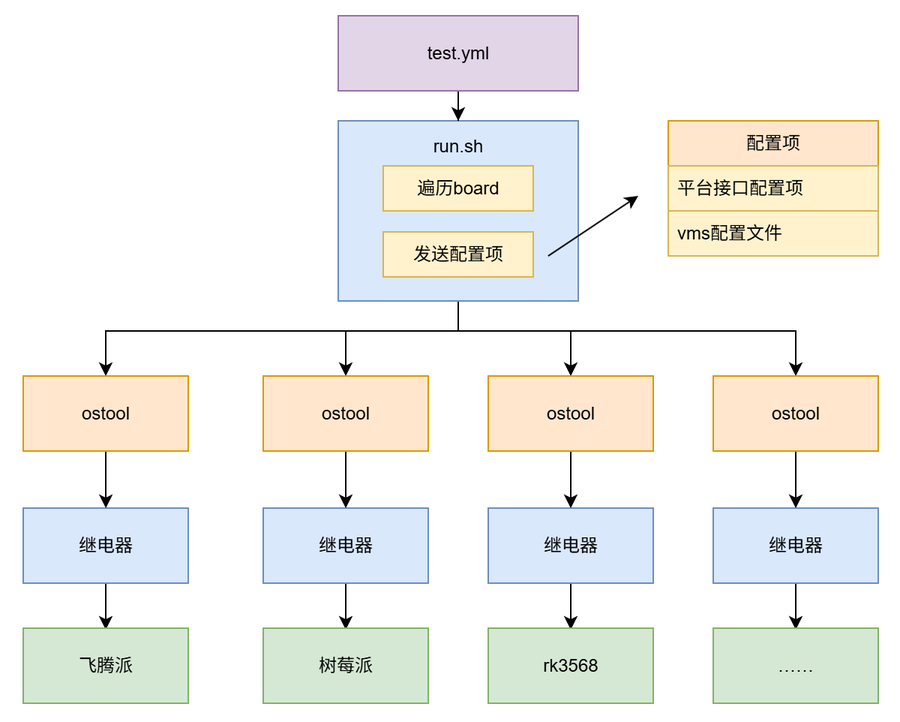
This is img/board_test.png from arceos-hypervisor/axboard_test, a draw.io export, as it was before one commit. Source tidied: cells renumbered, new cells last; positions are measured from the earlier drawing's top-left corner, leaving out a move shared by most shapes.
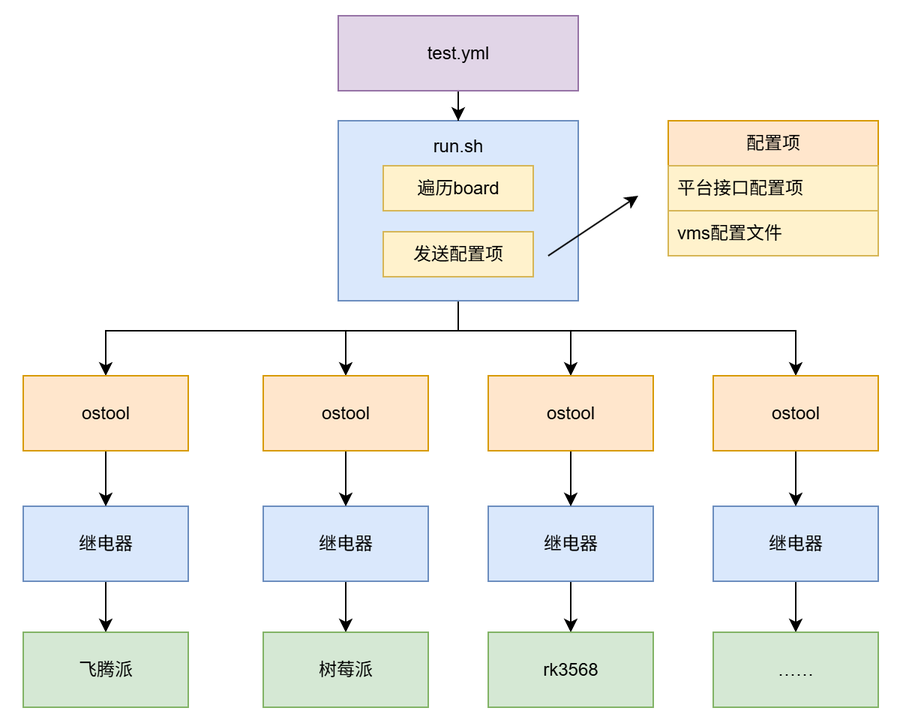
The same diagram one commit later.

What changed in the source:
```diff
@@ -37,13 +37,11 @@
     <mxCell id="6" value="run.sh&lt;div&gt;&lt;div&gt;&lt;br&gt;&lt;/div&gt;&lt;div&gt;&lt;br&gt;&lt;/div&gt;&lt;div&gt;&lt;br&gt;&lt;/div&gt;&lt;div&gt;&lt;br&gt;&lt;/div&gt;&lt;div&gt;&lt;br&gt;&lt;/div&gt;&lt;div&gt;&lt;br&gt;&lt;/div&gt;&lt;/div&gt;" style="rounded=0;whiteSpace=wrap;html=1;fillColor=#dae8fc;strokeColor=#6c8ebf;" parent="1" vertex="1">
       <mxGeometry x="210" y="70" width="160" height="120" as="geometry" />
     </mxCell>
-    <mxCell id="7" style="edgeStyle=orthogonalEdgeStyle;rounded=0;jettySize=auto;html=1;exitX=0.5;exitY=1;exitDx=0;exitDy=0;entryX=0.5;entryY=0;entryDx=0;entryDy=0;" parent="1" edge="1" source="8">
-      <mxGeometry relative="1" as="geometry">
-        <mxPoint x="55" y="409" as="targetPoint" />
-      </mxGeometry>
+    <mxCell id="7" style="edgeStyle=orthogonalEdgeStyle;rounded=0;jettySize=auto;html=1;exitX=0.5;exitY=1;exitDx=0;exitDy=0;entryX=0.5;entryY=0;entryDx=0;entryDy=0;" parent="1" edge="1" source="8" target="20">
+      <mxGeometry relative="1" as="geometry" />
     </mxCell>
     <mxCell id="8" value="继电器" style="rounded=0;whiteSpace=wrap;html=1;fillColor=#dae8fc;strokeColor=#6c8ebf;" parent="1" vertex="1">
-      <mxGeometry y="328" width="110" height="50" as="geometry" />
+      <mxGeometry y="327" width="110" height="50" as="geometry" />
     </mxCell>
     <mxCell id="9" value="遍历board" style="rounded=0;whiteSpace=wrap;html=1;fillColor=#fff2cc;strokeColor=#d6b656;" parent="1" vertex="1">
       <mxGeometry x="240" y="100" width="100" height="30" as="geometry" />
@@ -63,41 +61,35 @@
         <mxPoint x="410" y="120" as="targetPoint" />
       </mxGeometry>
     </mxCell>
-    <mxCell id="14" style="edgeStyle=orthogonalEdgeStyle;rounded=0;jettySize=auto;html=1;exitX=0.5;exitY=1;exitDx=0;exitDy=0;entryX=0.5;entryY=0;entryDx=0;entryDy=0;" parent="1" edge="1" source="15">
-      <mxGeometry relative="1" as="geometry">
-        <mxPoint x="515" y="409" as="targetPoint" />
-      </mxGeometry>
+    <mxCell id="14" style="edgeStyle=orthogonalEdgeStyle;rounded=0;jettySize=auto;html=1;exitX=0.5;exitY=1;exitDx=0;exitDy=0;entryX=0.5;entryY=0;entryDx=0;entryDy=0;" parent="1" edge="1" source="15" target="23">
+      <mxGeometry relative="1" as="geometry" />
     </mxCell>
     <mxCell id="15" value="继电器" style="rounded=0;whiteSpace=wrap;html=1;fillColor=#dae8fc;strokeColor=#6c8ebf;" parent="1" vertex="1">
-      <mxGeometry x="460" y="328" width="110" height="50" as="geometry" />
+      <mxGeometry x="460" y="327" width="110" height="50" as="geometry" />
     </mxCell>
-    <mxCell id="16" style="edgeStyle=orthogonalEdgeStyle;rounded=0;jettySize=auto;html=1;exitX=0.5;exitY=1;exitDx=0;exitDy=0;entryX=0.5;entryY=0;entryDx=0;entryDy=0;" parent="1" edge="1" source="17">
-      <mxGeometry relative="1" as="geometry">
-        <mxPoint x="365" y="409" as="targetPoint" />
-      </mxGeometry>
+    <mxCell id="16" style="edgeStyle=orthogonalEdgeStyle;rounded=0;jettySize=auto;html=1;exitX=0.5;exitY=1;exitDx=0;exitDy=0;entryX=0.5;entryY=0;entryDx=0;entryDy=0;" parent="1" edge="1" source="17" target="22">
+      <mxGeometry relative="1" as="geometry" />
     </mxCell>
     <mxCell id="17" value="继电器" style="rounded=0;whiteSpace=wrap;html=1;fillColor=#dae8fc;strokeColor=#6c8ebf;" parent="1" vertex="1">
-      <mxGeometry x="310" y="328" width="110" height="50" as="geometry" />
+      <mxGeometry x="310" y="327" width="110" height="50" as="geometry" />
     </mxCell>
-    <mxCell id="18" style="edgeStyle=orthogonalEdgeStyle;rounded=0;jettySize=auto;html=1;exitX=0.5;exitY=1;exitDx=0;exitDy=0;entryX=0.5;entryY=0;entryDx=0;entryDy=0;" parent="1" edge="1" source="19">
-      <mxGeometry relative="1" as="geometry">
-        <mxPoint x="215" y="409" as="targetPoint" />
-      </mxGeometry>
+    <mxCell id="18" style="edgeStyle=orthogonalEdgeStyle;rounded=0;jettySize=auto;html=1;exitX=0.5;exitY=1;exitDx=0;exitDy=0;entryX=0.5;entryY=0;entryDx=0;entryDy=0;" parent="1" edge="1" source="19" target="21">
+      <mxGeometry relative="1" as="geometry" />
     </mxCell>
     <mxCell id="19" value="继电器" style="rounded=0;whiteSpace=wrap;html=1;fillColor=#dae8fc;strokeColor=#6c8ebf;" parent="1" vertex="1">
-      <mxGeometry x="160" y="328" width="110" height="50" as="geometry" />
+      <mxGeometry x="160" y="327" width="110" height="50" as="geometry" />
     </mxCell>
     <mxCell id="20" value="飞腾派" style="rounded=0;whiteSpace=wrap;html=1;fillColor=#d5e8d4;strokeColor=#82b366;" parent="1" vertex="1">
-      <mxGeometry y="408" width="110" height="50" as="geometry" />
+      <mxGeometry y="411" width="110" height="50" as="geometry" />
     </mxCell>
     <mxCell id="21" value="树莓派" style="rounded=0;whiteSpace=wrap;html=1;fillColor=#d5e8d4;strokeColor=#82b366;" parent="1" vertex="1">
-      <mxGeometry x="160" y="408" width="110" height="50" as="geometry" />
+      <mxGeometry x="160" y="411" width="110" height="50" as="geometry" />
     </mxCell>
     <mxCell id="22" value="rk3568" style="rounded=0;whiteSpace=wrap;html=1;fillColor=#d5e8d4;strokeColor=#82b366;" parent="1" vertex="1">
-      <mxGeometry x="310" y="408" width="110" height="50" as="geometry" />
+      <mxGeometry x="310" y="411" width="110" height="50" as="geometry" />
     </mxCell>
     <mxCell id="23" value="……" style="rounded=0;whiteSpace=wrap;html=1;fillColor=#d5e8d4;strokeColor=#82b366;" parent="1" vertex="1">
-      <mxGeometry x="460" y="408" width="110" height="50" as="geometry" />
+      <mxGeometry x="460" y="411" width="110" height="50" as="geometry" />
     </mxCell>
     <mxCell id="24" style="edgeStyle=orthogonalEdgeStyle;rounded=0;jettySize=auto;html=1;entryX=0.5;entryY=0;entryDx=0;entryDy=0;" parent="1" edge="1" source="25" target="6">
       <mxGeometry relative="1" as="geometry" />
```
